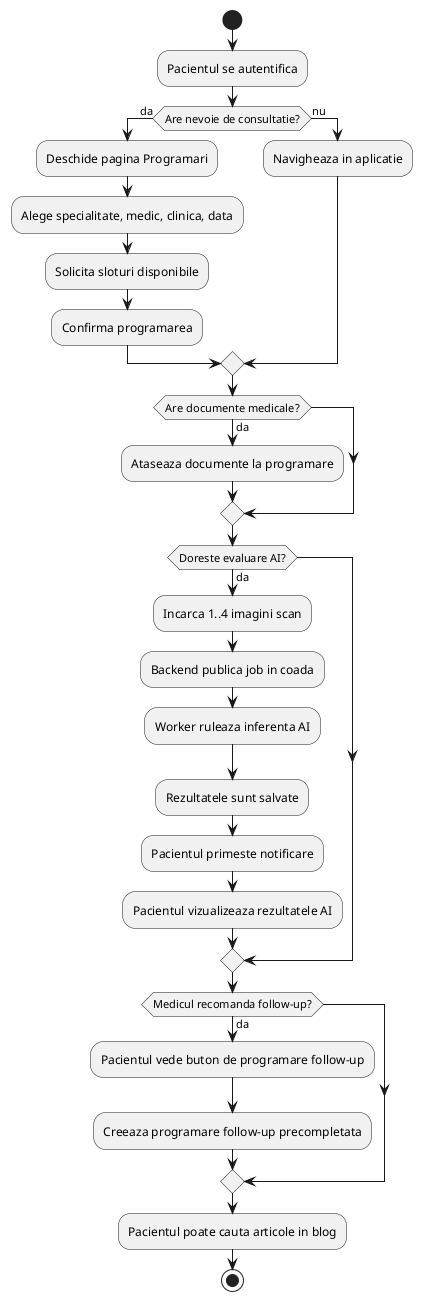
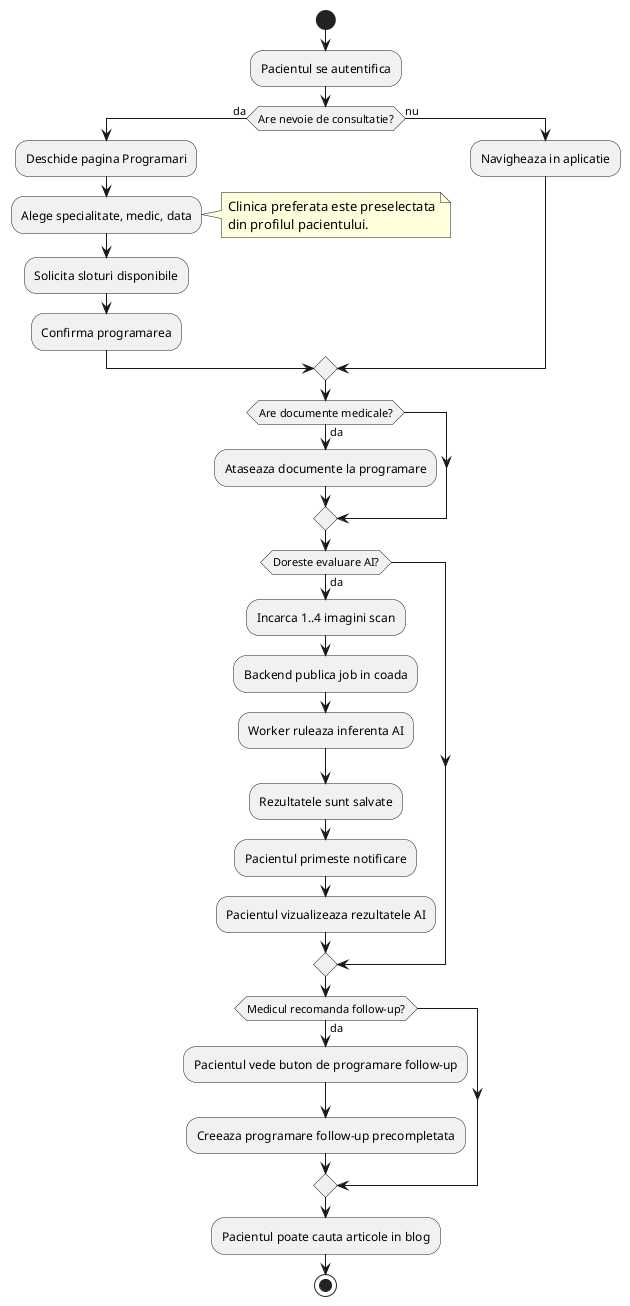
@startuml
start

:Pacientul se autentifica;

if (Are nevoie de consultatie?) then (da)
  :Deschide pagina Programari;
-   :Alege specialitate, medic, clinica, data;
+   :Alege specialitate, medic, data;
+   note right
+     Clinica preferata este preselectata
+     din profilul pacientului.
+   end note
  :Solicita sloturi disponibile;
  :Confirma programarea;
else (nu)
  :Navigheaza in aplicatie;
endif

if (Are documente medicale?) then (da)
  :Ataseaza documente la programare;
endif

if (Doreste evaluare AI?) then (da)
  :Incarca 1..4 imagini scan;
  :Backend publica job in coada;
  :Worker ruleaza inferenta AI;
  :Rezultatele sunt salvate;
  :Pacientul primeste notificare;
  :Pacientul vizualizeaza rezultatele AI;
endif

if (Medicul recomanda follow-up?) then (da)
  :Pacientul vede buton de programare follow-up;
  :Creeaza programare follow-up precompletata;
endif

:Pacientul poate cauta articole in blog;
stop

@enduml